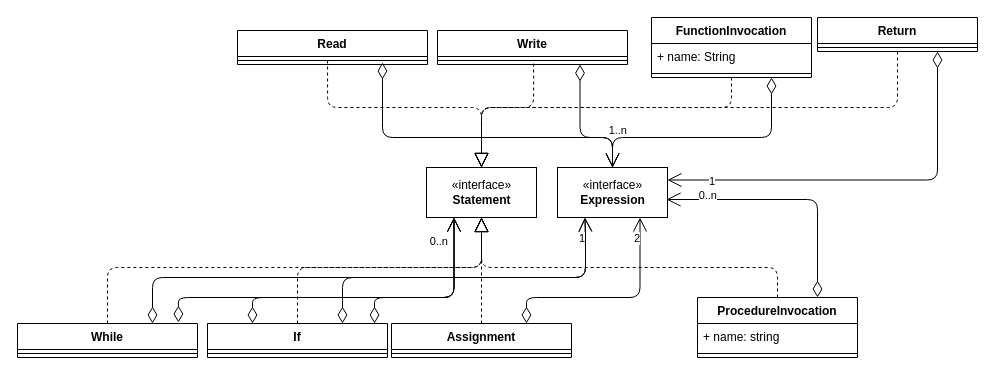
Above: uml/statement.drawio in ludvij/C-minus-minus (draw.io), before the change. Source tidied: cells renumbered, new cells numbered last; positions are measured from the earlier drawing's top-left corner, leaving out a move shared by most shapes. Both pictures are drawn from the tidied source at 100%, with x=0, y=0 at pixel (17, 17).
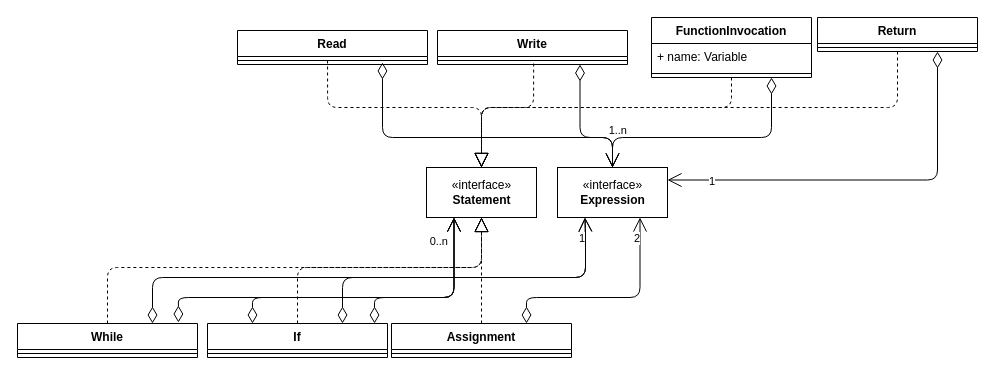
After the change.

Unchanged cells that the change refers to:
```xml
<mxCell id="4" value="«interface»&lt;br&gt;&lt;div&gt;&lt;b&gt;Expression&lt;/b&gt;&lt;/div&gt;" style="html=1;" parent="1" vertex="1">
  <mxGeometry x="540" y="150" width="110" height="50" as="geometry" />
</mxCell>
<mxCell id="5" value="«interface»&lt;br&gt;&lt;b&gt;Statement&lt;/b&gt;" style="html=1;" parent="1" vertex="1">
  <mxGeometry x="409" y="150" width="110" height="50" as="geometry" />
</mxCell>
<mxCell id="25" value="FunctionInvocation" style="swimlane;fontStyle=1;align=center;verticalAlign=top;horizontal=1;startSize=26;" parent="1" vertex="1">
  <mxGeometry x="634" width="160" height="60" as="geometry" />
</mxCell>
```

Change to the diagram source:
```diff
@@
-    <mxCell id="26" value="+ name: String&#10;" style="text;strokeColor=none;fillColor=none;align=left;verticalAlign=top;spacingLeft=4;spacingRight=4;overflow=hidden;" parent="25" vertex="1">
+    <mxCell id="26" value="+ name: Variable" style="text;strokeColor=none;fillColor=none;align=left;verticalAlign=top;spacingLeft=4;spacingRight=4;overflow=hidden;" parent="25" vertex="1">
       <mxGeometry y="26" width="160" height="26" as="geometry" />
     </mxCell>
@@
-    <mxCell id="35" value="ProcedureInvocation" style="swimlane;fontStyle=1;align=center;verticalAlign=top;horizontal=1;startSize=26;" parent="1" vertex="1">
-      <mxGeometry x="680" y="280" width="160" height="60" as="geometry" />
-    </mxCell>
-    <mxCell id="36" value="+ name: string" style="text;strokeColor=none;fillColor=none;align=left;verticalAlign=top;spacingLeft=4;spacingRight=4;overflow=hidden;" parent="35" vertex="1">
-      <mxGeometry y="26" width="160" height="26" as="geometry" />
-    </mxCell>
-    <mxCell id="37" style="line;strokeWidth=1;fillColor=none;align=left;verticalAlign=middle;spacingTop=-1;spacingLeft=3;spacingRight=3;labelPosition=right;" parent="35" vertex="1">
-      <mxGeometry y="52" width="160" height="8" as="geometry" />
-    </mxCell>
-    <mxCell id="38" style="endArrow=block;dashed=1;endFill=0;endSize=12;html=1;rounded=1;entryX=0.5;entryY=1;entryDx=0;entryDy=0;exitX=0.5;exitY=0;exitDx=0;exitDy=0;" parent="1" edge="1" source="35" target="5">
-      <mxGeometry x="0.05" y="62" relative="1" as="geometry">
-        <Array as="points">
-          <mxPoint x="760" y="250" />
-          <mxPoint x="464" y="250" />
-        </Array>
-        <mxPoint y="1" as="offset" />
-      </mxGeometry>
-    </mxCell>
@@
-    <mxCell id="45" style="endArrow=open;html=1;endSize=12;startArrow=diamondThin;startSize=14;startFill=0;edgeStyle=orthogonalEdgeStyle;rounded=1;entryX=0.991;entryY=0.64;entryDx=0;entryDy=0;entryPerimeter=0;exitX=0.75;exitY=0;exitDx=0;exitDy=0;" parent="1" edge="1" source="35" target="4">
-      <mxGeometry relative="1" as="geometry" />
-    </mxCell>
-    <mxCell id="46" value="0..n" style="edgeLabel;html=1;align=right;verticalAlign=top;" parent="45" vertex="1">
-      <mxGeometry x="1" relative="1" as="geometry">
-        <mxPoint x="51" y="-17" as="offset" />
-      </mxGeometry>
-    </mxCell>
```
